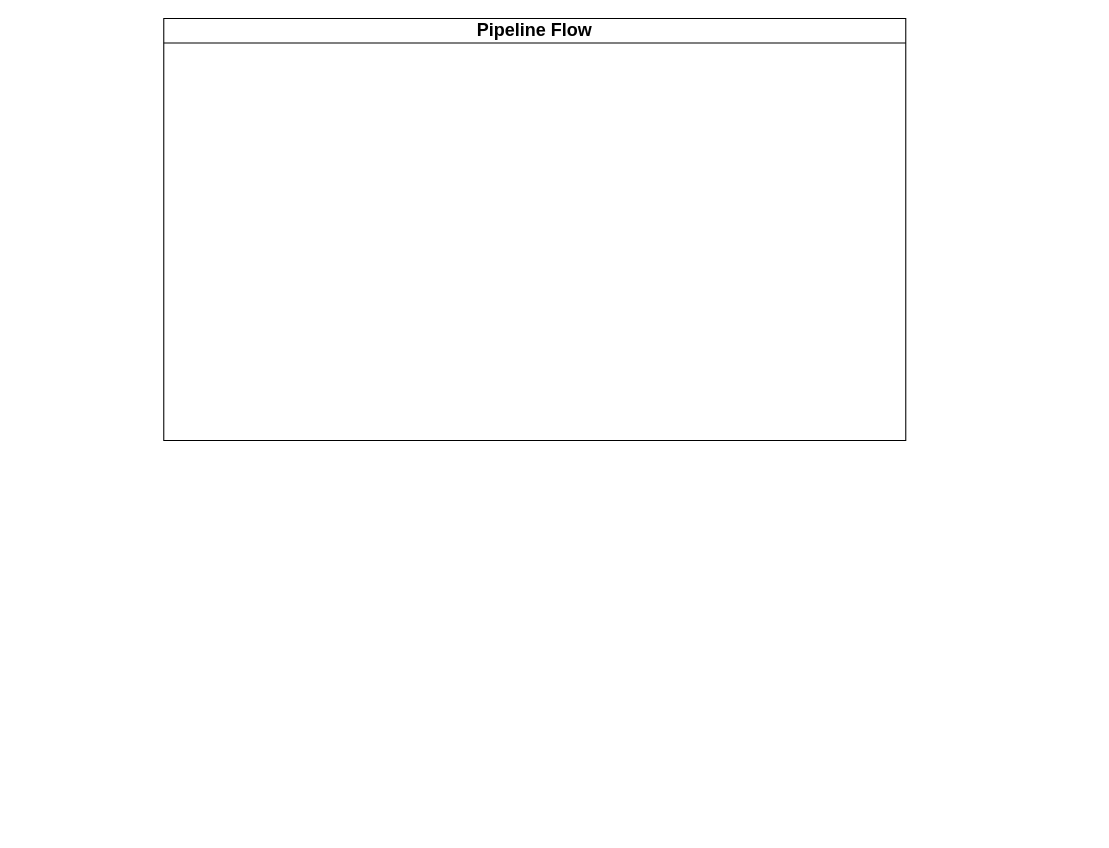
Before: udagram/documentation/assets/Pipeline Process.drawio in rynartisan/hosting-a-full-stack-application, a draw.io diagram. Source tidied: cells renumbered, new cells numbered last; positions are measured from the earlier drawing's top-left corner, leaving out a move shared by most shapes. Both pictures are drawn from the tidied source at 106%, with x=0, y=0 at pixel (163, 18).
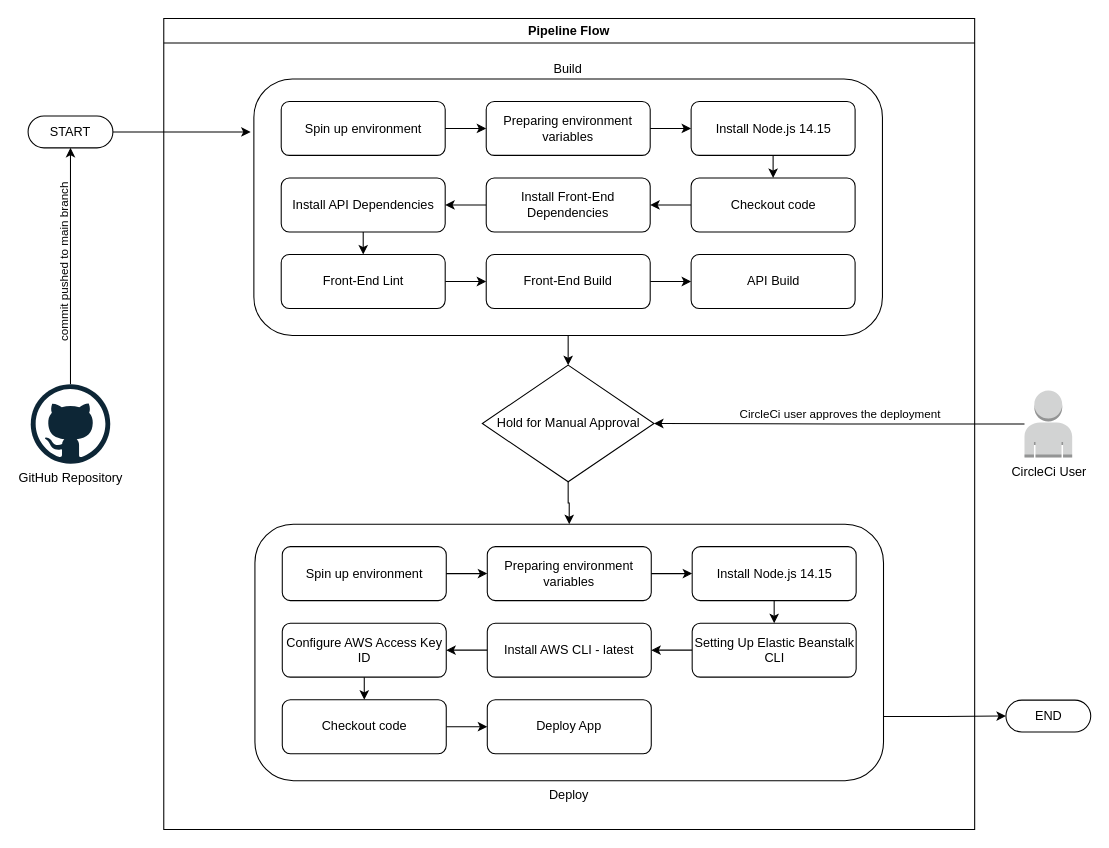
After the change.

Commit message (it also covers changes not shown here):
Wrote the document for pipeline process.

Change to the diagram source:
```diff
@@
-    <mxCell id="2" value="&lt;span style=&quot;font-size: 17px;&quot;&gt;Pipeline Flow&lt;/span&gt;" style="swimlane;whiteSpace=wrap;html=1;" parent="1" vertex="1">
-      <mxGeometry width="700" height="398" as="geometry" />
+    <mxCell id="2" value="Pipeline Flow" style="swimlane;whiteSpace=wrap;html=1;" parent="1" vertex="1">
+      <mxGeometry width="765" height="765" as="geometry" />
     </mxCell>
+    <mxCell id="3" style="edgeStyle=orthogonalEdgeStyle;rounded=0;jettySize=auto;html=1;exitX=0.5;exitY=1;exitDx=0;exitDy=0;entryX=0.5;entryY=0;entryDx=0;entryDy=0;" parent="2" edge="1" source="4" target="25">
+      <mxGeometry relative="1" as="geometry" />
+    </mxCell>
+    <mxCell id="4" value="Hold for Manual Approval" style="rhombus;whiteSpace=wrap;html=1;" parent="2" vertex="1">
+      <mxGeometry x="300.5" y="327" width="162" height="110" as="geometry" />
+    </mxCell>
+    <mxCell id="5" style="group;" parent="2" vertex="1">
+      <mxGeometry x="85" y="57" width="593" height="242" as="geometry" />
+    </mxCell>
+    <mxCell id="6" value="Build" style="rounded=1;whiteSpace=wrap;html=1;labelPosition=center;verticalLabelPosition=top;align=center;verticalAlign=bottom;" parent="5" vertex="1">
+      <mxGeometry width="593" height="242" as="geometry" />
+    </mxCell>
+    <mxCell id="7" style="group;" parent="5" vertex="1">
+      <mxGeometry x="25.8" y="21.2" width="541.4" height="195.3" as="geometry" />
+    </mxCell>
+    <mxCell id="8" value="Spin up environment" style="rounded=1;whiteSpace=wrap;html=1;" parent="7" vertex="1">
+      <mxGeometry width="154.7" height="50.9" as="geometry" />
+    </mxCell>
+    <mxCell id="9" value="Preparing environment variables" style="rounded=1;whiteSpace=wrap;html=1;" parent="7" vertex="1">
+      <mxGeometry x="193.4" width="154.7" height="50.9" as="geometry" />
+    </mxCell>
+    <mxCell id="10" style="edgeStyle=orthogonalEdgeStyle;rounded=0;jettySize=auto;html=1;exitX=1;exitY=0.5;exitDx=0;exitDy=0;entryX=0;entryY=0.5;entryDx=0;entryDy=0;" parent="7" edge="1" source="8" target="9">
+      <mxGeometry relative="1" as="geometry" />
+    </mxCell>
+    <mxCell id="11" value="Install Node.js 14.15" style="rounded=1;whiteSpace=wrap;html=1;" parent="7" vertex="1">
+      <mxGeometry x="386.7" width="154.7" height="50.9" as="geometry" />
+    </mxCell>
+    <mxCell id="12" style="edgeStyle=orthogonalEdgeStyle;rounded=0;jettySize=auto;html=1;exitX=1;exitY=0.5;exitDx=0;exitDy=0;entryX=0;entryY=0.5;entryDx=0;entryDy=0;" parent="7" edge="1" source="9" target="11">
+      <mxGeometry relative="1" as="geometry" />
+    </mxCell>
+    <mxCell id="13" value="Install API Dependencies" style="rounded=1;whiteSpace=wrap;html=1;" parent="7" vertex="1">
+      <mxGeometry y="72.2" width="154.7" height="50.9" as="geometry" />
+    </mxCell>
+    <mxCell id="14" style="edgeStyle=orthogonalEdgeStyle;rounded=0;jettySize=auto;html=1;exitX=0;exitY=0.5;exitDx=0;exitDy=0;entryX=1;entryY=0.5;entryDx=0;entryDy=0;" parent="7" edge="1" source="15" target="13">
+      <mxGeometry relative="1" as="geometry" />
+    </mxCell>
+    <mxCell id="15" value="Install Front-End Dependencies" style="rounded=1;whiteSpace=wrap;html=1;" parent="7" vertex="1">
+      <mxGeometry x="193.4" y="72.2" width="154.7" height="50.9" as="geometry" />
+    </mxCell>
+    <mxCell id="16" style="edgeStyle=orthogonalEdgeStyle;rounded=0;jettySize=auto;html=1;exitX=0;exitY=0.5;exitDx=0;exitDy=0;entryX=1;entryY=0.5;entryDx=0;entryDy=0;" parent="7" edge="1" source="17" target="15">
+      <mxGeometry relative="1" as="geometry" />
+    </mxCell>
+    <mxCell id="17" value="Checkout code" style="rounded=1;whiteSpace=wrap;html=1;" parent="7" vertex="1">
+      <mxGeometry x="386.7" y="72.2" width="154.7" height="50.9" as="geometry" />
+    </mxCell>
+    <mxCell id="18" style="edgeStyle=orthogonalEdgeStyle;rounded=0;jettySize=auto;html=1;exitX=0.5;exitY=1;exitDx=0;exitDy=0;entryX=0.5;entryY=0;entryDx=0;entryDy=0;" parent="7" edge="1" source="11" target="17">
+      <mxGeometry relative="1" as="geometry" />
+    </mxCell>
+    <mxCell id="19" value="API Build" style="rounded=1;whiteSpace=wrap;html=1;" parent="7" vertex="1">
+      <mxGeometry x="386.7" y="144.4" width="154.7" height="50.9" as="geometry" />
+    </mxCell>
+    <mxCell id="20" style="edgeStyle=orthogonalEdgeStyle;rounded=0;jettySize=auto;html=1;exitX=1;exitY=0.5;exitDx=0;exitDy=0;entryX=0;entryY=0.5;entryDx=0;entryDy=0;" parent="7" edge="1" source="21" target="19">
+      <mxGeometry relative="1" as="geometry" />
+    </mxCell>
+    <mxCell id="21" value="Front-End Build" style="rounded=1;whiteSpace=wrap;html=1;" parent="7" vertex="1">
+      <mxGeometry x="193.4" y="144.4" width="154.7" height="50.9" as="geometry" />
+    </mxCell>
+    <mxCell id="22" style="edgeStyle=orthogonalEdgeStyle;rounded=0;jettySize=auto;html=1;exitX=1;exitY=0.5;exitDx=0;exitDy=0;entryX=0;entryY=0.5;entryDx=0;entryDy=0;" parent="7" edge="1" source="23" target="21">
+      <mxGeometry relative="1" as="geometry" />
+    </mxCell>
+    <mxCell id="23" value="Front-End Lint" style="rounded=1;whiteSpace=wrap;html=1;" parent="7" vertex="1">
+      <mxGeometry y="144.4" width="154.7" height="50.9" as="geometry" />
+    </mxCell>
+    <mxCell id="24" style="edgeStyle=orthogonalEdgeStyle;rounded=0;jettySize=auto;html=1;exitX=0.5;exitY=1;exitDx=0;exitDy=0;entryX=0.5;entryY=0;entryDx=0;entryDy=0;" parent="7" edge="1" source="13" target="23">
+      <mxGeometry relative="1" as="geometry" />
+    </mxCell>
+    <mxCell id="25" value="Deploy" style="rounded=1;whiteSpace=wrap;html=1;labelPosition=center;verticalLabelPosition=bottom;align=center;verticalAlign=top;" parent="2" vertex="1">
+      <mxGeometry x="86" y="477" width="593" height="242" as="geometry" />
+    </mxCell>
+    <mxCell id="26" value="Spin up environment" style="rounded=1;whiteSpace=wrap;html=1;" parent="2" vertex="1">
+      <mxGeometry x="111.8" y="498.2" width="154.7" height="50.9" as="geometry" />
+    </mxCell>
+    <mxCell id="27" value="Preparing environment variables" style="rounded=1;whiteSpace=wrap;html=1;" parent="2" vertex="1">
+      <mxGeometry x="305.2" y="498.2" width="154.7" height="50.9" as="geometry" />
+    </mxCell>
+    <mxCell id="28" style="edgeStyle=orthogonalEdgeStyle;rounded=0;jettySize=auto;html=1;exitX=1;exitY=0.5;exitDx=0;exitDy=0;entryX=0;entryY=0.5;entryDx=0;entryDy=0;" parent="2" edge="1" source="26" target="27">
+      <mxGeometry relative="1" as="geometry" />
+    </mxCell>
+    <mxCell id="29" value="Install Node.js 14.15" style="rounded=1;whiteSpace=wrap;html=1;" parent="2" vertex="1">
+      <mxGeometry x="498.5" y="498.2" width="154.7" height="50.9" as="geometry" />
+    </mxCell>
+    <mxCell id="30" style="edgeStyle=orthogonalEdgeStyle;rounded=0;jettySize=auto;html=1;exitX=1;exitY=0.5;exitDx=0;exitDy=0;entryX=0;entryY=0.5;entryDx=0;entryDy=0;" parent="2" edge="1" source="27" target="29">
+      <mxGeometry relative="1" as="geometry" />
+    </mxCell>
+    <mxCell id="31" value="Configure AWS Access Key ID" style="rounded=1;whiteSpace=wrap;html=1;" parent="2" vertex="1">
+      <mxGeometry x="111.8" y="570.4" width="154.7" height="50.9" as="geometry" />
+    </mxCell>
+    <mxCell id="32" style="edgeStyle=orthogonalEdgeStyle;rounded=0;jettySize=auto;html=1;exitX=0;exitY=0.5;exitDx=0;exitDy=0;entryX=1;entryY=0.5;entryDx=0;entryDy=0;" parent="2" edge="1" source="33" target="31">
+      <mxGeometry relative="1" as="geometry" />
+    </mxCell>
+    <mxCell id="33" value="Install AWS CLI - latest" style="rounded=1;whiteSpace=wrap;html=1;" parent="2" vertex="1">
+      <mxGeometry x="305.2" y="570.4" width="154.7" height="50.9" as="geometry" />
+    </mxCell>
+    <mxCell id="34" style="edgeStyle=orthogonalEdgeStyle;rounded=0;jettySize=auto;html=1;exitX=0;exitY=0.5;exitDx=0;exitDy=0;entryX=1;entryY=0.5;entryDx=0;entryDy=0;" parent="2" edge="1" source="35" target="33">
+      <mxGeometry relative="1" as="geometry" />
+    </mxCell>
+    <mxCell id="35" value="Setting Up Elastic Beanstalk CLI" style="rounded=1;whiteSpace=wrap;html=1;" parent="2" vertex="1">
+      <mxGeometry x="498.5" y="570.4" width="154.7" height="50.9" as="geometry" />
+    </mxCell>
+    <mxCell id="36" style="edgeStyle=orthogonalEdgeStyle;rounded=0;jettySize=auto;html=1;exitX=0.5;exitY=1;exitDx=0;exitDy=0;entryX=0.5;entryY=0;entryDx=0;entryDy=0;" parent="2" edge="1" source="29" target="35">
+      <mxGeometry relative="1" as="geometry" />
+    </mxCell>
+    <mxCell id="37" value="Deploy App" style="rounded=1;whiteSpace=wrap;html=1;" parent="2" vertex="1">
+      <mxGeometry x="305.2" y="642.6" width="154.7" height="50.9" as="geometry" />
+    </mxCell>
+    <mxCell id="38" style="edgeStyle=orthogonalEdgeStyle;rounded=0;jettySize=auto;html=1;exitX=1;exitY=0.5;exitDx=0;exitDy=0;entryX=0;entryY=0.5;entryDx=0;entryDy=0;" parent="2" edge="1" source="39" target="37">
+      <mxGeometry relative="1" as="geometry" />
+    </mxCell>
+    <mxCell id="39" value="Checkout code" style="rounded=1;whiteSpace=wrap;html=1;" parent="2" vertex="1">
+      <mxGeometry x="111.8" y="642.6" width="154.7" height="50.9" as="geometry" />
+    </mxCell>
+    <mxCell id="40" style="edgeStyle=orthogonalEdgeStyle;rounded=0;jettySize=auto;html=1;exitX=0.5;exitY=1;exitDx=0;exitDy=0;entryX=0.5;entryY=0;entryDx=0;entryDy=0;" parent="2" edge="1" source="31" target="39">
+      <mxGeometry relative="1" as="geometry" />
+    </mxCell>
+    <mxCell id="41" style="edgeStyle=orthogonalEdgeStyle;rounded=0;jettySize=auto;html=1;exitX=0.5;exitY=1;exitDx=0;exitDy=0;entryX=0.5;entryY=0;entryDx=0;entryDy=0;" parent="2" edge="1" source="6" target="4">
+      <mxGeometry relative="1" as="geometry" />
+    </mxCell>
+    <mxCell id="42" value="commit pushed to main branch" style="edgeStyle=orthogonalEdgeStyle;rounded=0;jettySize=auto;html=1;entryX=0.5;entryY=0.5;entryDx=0;entryDy=15;entryPerimeter=0;horizontal=0;labelPosition=center;verticalLabelPosition=top;align=center;verticalAlign=bottom;labelBackgroundColor=none;" parent="1" edge="1" source="43" target="48">
+      <mxGeometry relative="1" as="geometry" />
+    </mxCell>
+    <mxCell id="43" value="GitHub Repository" style="dashed=0;outlineConnect=0;html=1;align=center;labelPosition=center;verticalLabelPosition=bottom;verticalAlign=top;shape=mxgraph.weblogos.github;" parent="1" vertex="1">
+      <mxGeometry x="-125.5" y="345" width="75" height="75" as="geometry" />
+    </mxCell>
+    <mxCell id="44" style="edgeStyle=orthogonalEdgeStyle;rounded=0;jettySize=auto;html=1;exitX=1;exitY=0.5;exitDx=0;exitDy=0;exitPerimeter=0;" parent="1" edge="1" source="48">
+      <mxGeometry relative="1" as="geometry">
+        <mxPoint x="82" y="107" as="targetPoint" />
+      </mxGeometry>
+    </mxCell>
+    <mxCell id="45" value="CircleCi user approves the deployment" style="edgeStyle=orthogonalEdgeStyle;rounded=0;jettySize=auto;html=1;labelBackgroundColor=none;labelPosition=center;verticalLabelPosition=top;align=center;verticalAlign=bottom;" parent="1" edge="1" source="46" target="4">
+      <mxGeometry relative="1" as="geometry" />
+    </mxCell>
+    <mxCell id="46" value="CircleCi User" style="outlineConnect=0;dashed=0;verticalLabelPosition=bottom;verticalAlign=top;align=center;html=1;shape=mxgraph.aws3.user;fillColor=#D2D3D3;gradientColor=none;" parent="1" vertex="1">
+      <mxGeometry x="812" y="351" width="45" height="63" as="geometry" />
+    </mxCell>
+    <mxCell id="47" value="END" style="html=1;dashed=0;whiteSpace=wrap;shape=mxgraph.dfd.start;" parent="1" vertex="1">
+      <mxGeometry x="794.5" y="643" width="80" height="30" as="geometry" />
+    </mxCell>
+    <mxCell id="48" value="START" style="html=1;dashed=0;whiteSpace=wrap;shape=mxgraph.dfd.start;" parent="1" vertex="1">
+      <mxGeometry x="-128" y="92" width="80" height="30" as="geometry" />
+    </mxCell>
+    <mxCell id="49" style="edgeStyle=orthogonalEdgeStyle;rounded=0;jettySize=auto;html=1;exitX=1;exitY=0.75;exitDx=0;exitDy=0;entryX=0;entryY=0.5;entryDx=0;entryDy=0;entryPerimeter=0;" parent="1" edge="1" source="25" target="47">
+      <mxGeometry relative="1" as="geometry" />
+    </mxCell>
```
